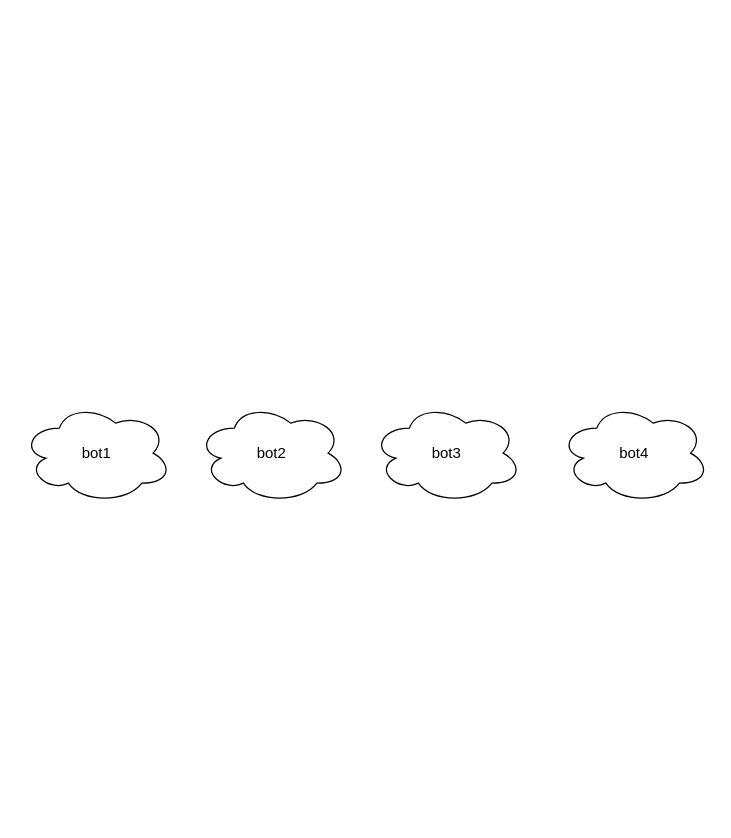
This is clusterfuzz.drawio from zweij0401/clusterfuzz, a draw.io file, before an edit. Source tidied: cells renumbered, new cells numbered last; positions are measured from the earlier drawing's top-left corner, leaving out a move shared by most shapes. Both pictures are drawn from the tidied source at 125%, with x=0, y=0 at pixel (21, 402).
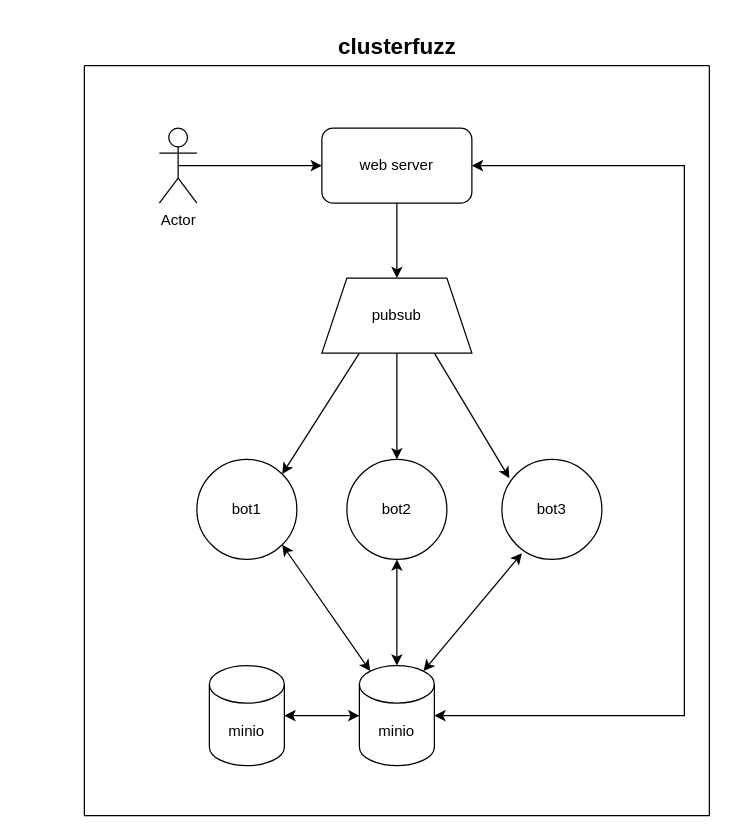
Above is the later version.

The edit, as a diff of the source:
```diff
@@
+    <mxCell id="6" style="edgeStyle=orthogonalEdgeStyle;rounded=0;jettySize=auto;html=1;exitX=0.5;exitY=0.5;exitDx=0;exitDy=0;exitPerimeter=0;" parent="1" edge="1" source="7" target="8">
+      <mxGeometry relative="1" as="geometry" />
+    </mxCell>
+    <mxCell id="7" value="Actor" style="shape=umlActor;verticalLabelPosition=bottom;verticalAlign=top;html=1;outlineConnect=0;" parent="1" vertex="1">
+      <mxGeometry x="110" y="-220" width="30" height="60" as="geometry" />
+    </mxCell>
+    <mxCell id="8" value="web server" style="rounded=1;whiteSpace=wrap;html=1;" parent="1" vertex="1">
+      <mxGeometry x="240" y="-220" width="120" height="60" as="geometry" />
+    </mxCell>
+    <mxCell id="9" value="minio" style="shape=cylinder3;whiteSpace=wrap;html=1;boundedLbl=1;backgroundOutline=1;size=15;" parent="1" vertex="1">
+      <mxGeometry x="270" y="210" width="60" height="80" as="geometry" />
+    </mxCell>
+    <mxCell id="10" value="pubsub" style="shape=trapezoid;perimeter=trapezoidPerimeter;whiteSpace=wrap;html=1;fixedSize=1;" parent="1" vertex="1">
+      <mxGeometry x="240" y="-100" width="120" height="60" as="geometry" />
+    </mxCell>
+    <mxCell id="11" style="endArrow=classic;html=1;rounded=0;exitX=0.5;exitY=1;exitDx=0;exitDy=0;entryX=0.5;entryY=0;entryDx=0;entryDy=0;" parent="1" edge="1" source="8" target="10">
+      <mxGeometry relative="1" as="geometry" />
+    </mxCell>
-    <mxCell id="2" value="bot1" style="ellipse;shape=cloud;whiteSpace=wrap;html=1;" parent="1" vertex="1">
-      <mxGeometry width="120" height="80" as="geometry" />
+    <mxCell id="2" value="bot1" style="ellipse;whiteSpace=wrap;html=1;" parent="1" vertex="1">
+      <mxGeometry x="140" y="45" width="80" height="80" as="geometry" />
     </mxCell>
-    <mxCell id="3" value="bot2" style="ellipse;shape=cloud;whiteSpace=wrap;html=1;" parent="1" vertex="1">
-      <mxGeometry x="140" width="120" height="80" as="geometry" />
+    <mxCell id="3" value="bot2" style="ellipse;whiteSpace=wrap;html=1;" parent="1" vertex="1">
+      <mxGeometry x="260" y="45" width="80" height="80" as="geometry" />
     </mxCell>
-    <mxCell id="4" value="bot4" style="ellipse;shape=cloud;whiteSpace=wrap;html=1;" parent="1" vertex="1">
-      <mxGeometry x="430" width="120" height="80" as="geometry" />
-    </mxCell>
-    <mxCell id="5" value="bot3" style="ellipse;shape=cloud;whiteSpace=wrap;html=1;" parent="1" vertex="1">
-      <mxGeometry x="280" width="120" height="80" as="geometry" />
+    <mxCell id="5" value="bot3" style="ellipse;whiteSpace=wrap;html=1;" parent="1" vertex="1">
+      <mxGeometry x="384" y="45" width="80" height="80" as="geometry" />
     </mxCell>
+    <mxCell id="12" style="endArrow=classic;html=1;rounded=0;exitX=0.25;exitY=1;exitDx=0;exitDy=0;entryX=1;entryY=0;entryDx=0;entryDy=0;" parent="1" edge="1" source="10" target="2">
+      <mxGeometry relative="1" as="geometry" />
+    </mxCell>
+    <mxCell id="13" style="endArrow=classic;html=1;rounded=0;exitX=0.5;exitY=1;exitDx=0;exitDy=0;entryX=0.5;entryY=0;entryDx=0;entryDy=0;" parent="1" edge="1" source="10" target="3">
+      <mxGeometry relative="1" as="geometry" />
+    </mxCell>
+    <mxCell id="14" style="endArrow=classic;html=1;rounded=0;exitX=0.75;exitY=1;exitDx=0;exitDy=0;entryX=0.075;entryY=0.188;entryDx=0;entryDy=0;entryPerimeter=0;" parent="1" edge="1" source="10" target="5">
+      <mxGeometry relative="1" as="geometry" />
+    </mxCell>
+    <mxCell id="15" style="endArrow=classic;startArrow=classic;html=1;rounded=0;exitX=0.5;exitY=1;exitDx=0;exitDy=0;entryX=0.5;entryY=0;entryDx=0;entryDy=0;entryPerimeter=0;" parent="1" edge="1" source="3" target="9">
+      <mxGeometry relative="1" as="geometry" />
+    </mxCell>
+    <mxCell id="16" style="endArrow=classic;startArrow=classic;html=1;rounded=0;exitX=0.2;exitY=0.938;exitDx=0;exitDy=0;exitPerimeter=0;entryX=0.855;entryY=0;entryDx=0;entryDy=4.35;entryPerimeter=0;" parent="1" edge="1" source="5" target="9">
+      <mxGeometry relative="1" as="geometry" />
+    </mxCell>
+    <mxCell id="17" style="endArrow=classic;startArrow=classic;html=1;rounded=0;exitX=1;exitY=1;exitDx=0;exitDy=0;entryX=0.145;entryY=0;entryDx=0;entryDy=4.35;entryPerimeter=0;" parent="1" edge="1" source="2" target="9">
+      <mxGeometry relative="1" as="geometry" />
+    </mxCell>
+    <mxCell id="18" value="minio" style="shape=cylinder3;whiteSpace=wrap;html=1;boundedLbl=1;backgroundOutline=1;size=15;" parent="1" vertex="1">
+      <mxGeometry x="150" y="210" width="60" height="80" as="geometry" />
+    </mxCell>
+    <mxCell id="19" style="endArrow=classic;startArrow=classic;html=1;rounded=0;exitX=1;exitY=0.5;exitDx=0;exitDy=0;exitPerimeter=0;entryX=0;entryY=0.5;entryDx=0;entryDy=0;entryPerimeter=0;" parent="1" edge="1" source="18" target="9">
+      <mxGeometry relative="1" as="geometry" />
+    </mxCell>
+    <mxCell id="20" style="endArrow=classic;startArrow=classic;html=1;rounded=0;entryX=1;entryY=0.5;entryDx=0;entryDy=0;" parent="1" edge="1" target="8">
+      <mxGeometry relative="1" as="geometry">
+        <mxPoint x="330" y="250" as="sourcePoint" />
+        <Array as="points">
+          <mxPoint x="530" y="250" />
+          <mxPoint x="530" y="-190" />
+        </Array>
+      </mxGeometry>
+    </mxCell>
+    <mxCell id="21" style="swimlane;startSize=0;" parent="1" vertex="1">
+      <mxGeometry x="50" y="-270" width="500" height="600" as="geometry" />
+    </mxCell>
+    <mxCell id="22" value="&lt;font style=&quot;font-size: 18px;&quot;&gt;&lt;b&gt;clusterfuzz&lt;/b&gt;&lt;/font&gt;" style="text;html=1;align=center;verticalAlign=middle;strokeColor=none;fillColor=none;" parent="1" vertex="1">
+      <mxGeometry x="240" y="-305" width="120" height="40" as="geometry" />
+    </mxCell>
```
